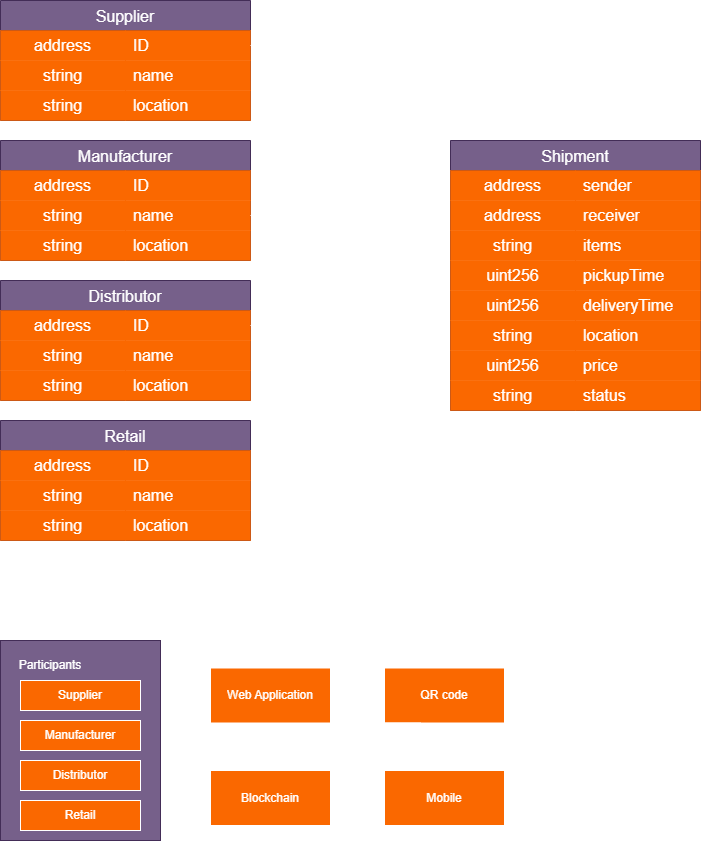
The draw.io diagram gambar/data.png in AdityaPTN/ubikom-project, before a commit. Source tidied: cells renumbered, new cells last; positions are measured from the earlier drawing's top-left corner, leaving out a move shared by most shapes.
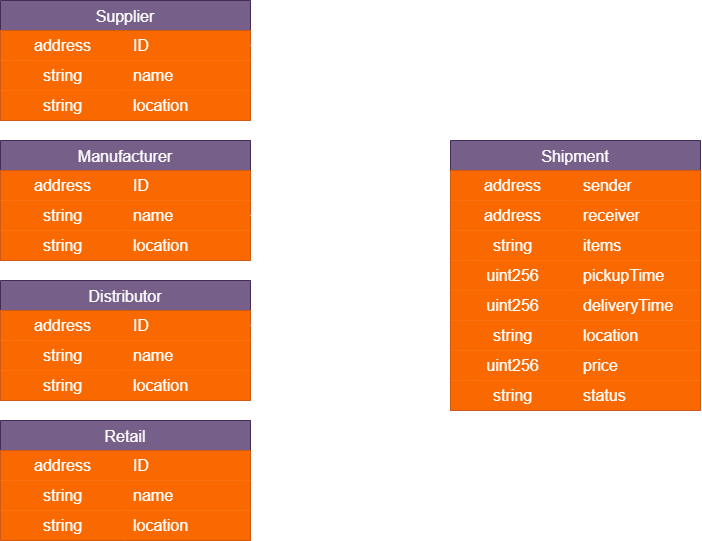
The same file after the commit.

Change to the diagram source:
```diff
@@ -214,88 +214,5 @@
     <mxCell id="70" style="edgeStyle=orthogonalEdgeStyle;rounded=0;jettySize=auto;html=1;entryX=0;entryY=0.5;entryDx=0;entryDy=0;fillColor=#fa6800;strokeColor=#FFFFFF;fontColor=#FFFFFF;" parent="1" edge="1" source="48" target="22">
       <mxGeometry relative="1" as="geometry" />
     </mxCell>
-    <mxCell id="71" style="edgeStyle=orthogonalEdgeStyle;rounded=0;jettySize=auto;html=1;entryX=0;entryY=0.5;entryDx=0;entryDy=0;fontColor=#FFFFFF;labelBackgroundColor=none;fillColor=#fa6800;strokeColor=#FFFFFF;" parent="1" edge="1" source="72" target="80">
-      <mxGeometry relative="1" as="geometry" />
-    </mxCell>
-    <mxCell id="72" style="rounded=0;whiteSpace=wrap;html=1;fillColor=#76608a;strokeColor=#432D57;fontColor=#ffffff;labelBackgroundColor=none;" parent="1" vertex="1">
-      <mxGeometry y="640" width="160" height="200" as="geometry" />
-    </mxCell>
-    <mxCell id="73" value="Supplier" style="rounded=0;whiteSpace=wrap;html=1;fontColor=#FFFFFF;labelBackgroundColor=none;fillColor=#fa6800;strokeColor=#FFFFFF;" parent="1" vertex="1">
-      <mxGeometry x="20" y="680" width="120" height="30" as="geometry" />
-    </mxCell>
-    <mxCell id="74" value="Manufacturer" style="rounded=0;whiteSpace=wrap;html=1;fontColor=#FFFFFF;labelBackgroundColor=none;fillColor=#fa6800;strokeColor=#FFFFFF;" parent="1" vertex="1">
-      <mxGeometry x="20" y="720" width="120" height="30" as="geometry" />
-    </mxCell>
-    <mxCell id="75" value="Distributor" style="rounded=0;whiteSpace=wrap;html=1;fontColor=#FFFFFF;labelBackgroundColor=none;fillColor=#fa6800;strokeColor=#FFFFFF;" parent="1" vertex="1">
-      <mxGeometry x="20" y="760" width="120" height="30" as="geometry" />
-    </mxCell>
-    <mxCell id="76" value="Retail" style="rounded=0;whiteSpace=wrap;html=1;fontColor=#FFFFFF;labelBackgroundColor=none;fillColor=#fa6800;strokeColor=#FFFFFF;" parent="1" vertex="1">
-      <mxGeometry x="20" y="800" width="120" height="30" as="geometry" />
-    </mxCell>
-    <mxCell id="77" value="Participants" style="text;html=1;strokeColor=none;fillColor=none;align=center;verticalAlign=middle;whiteSpace=wrap;rounded=0;fontColor=#FFFFFF;labelBackgroundColor=none;" parent="1" vertex="1">
-      <mxGeometry x="20" y="650" width="60" height="30" as="geometry" />
-    </mxCell>
-    <mxCell id="78" style="edgeStyle=orthogonalEdgeStyle;rounded=0;jettySize=auto;html=1;entryX=0.25;entryY=0;entryDx=0;entryDy=0;fontColor=#FFFFFF;labelBackgroundColor=none;fillColor=#fa6800;strokeColor=#FFFFFF;" parent="1" edge="1" source="80" target="82">
-      <mxGeometry relative="1" as="geometry">
-        <Array as="points">
-          <mxPoint x="240" y="730" />
-          <mxPoint x="240" y="730" />
-        </Array>
-      </mxGeometry>
-    </mxCell>
-    <mxCell id="79" style="edgeStyle=orthogonalEdgeStyle;rounded=0;jettySize=auto;html=1;entryX=0;entryY=0.5;entryDx=0;entryDy=0;fontColor=#FFFFFF;labelBackgroundColor=none;fillColor=#fa6800;strokeColor=#FFFFFF;" parent="1" edge="1" source="80" target="87">
-      <mxGeometry relative="1" as="geometry" />
-    </mxCell>
-    <mxCell id="80" value="Web Application" style="rounded=0;whiteSpace=wrap;html=1;fontColor=#FFFFFF;labelBackgroundColor=none;fillColor=#fa6800;strokeColor=#FFFFFF;" parent="1" vertex="1">
-      <mxGeometry x="210" y="667.5" width="120" height="55" as="geometry" />
-    </mxCell>
-    <mxCell id="81" style="edgeStyle=orthogonalEdgeStyle;rounded=0;jettySize=auto;html=1;entryX=0.75;entryY=1;entryDx=0;entryDy=0;fontColor=#FFFFFF;labelBackgroundColor=none;fillColor=#fa6800;strokeColor=#FFFFFF;" parent="1" edge="1" source="82" target="80">
-      <mxGeometry relative="1" as="geometry">
-        <Array as="points">
-          <mxPoint x="300" y="760" />
-          <mxPoint x="300" y="760" />
-        </Array>
-      </mxGeometry>
-    </mxCell>
-    <mxCell id="82" value="Blockchain" style="rounded=0;whiteSpace=wrap;html=1;fontColor=#FFFFFF;labelBackgroundColor=none;fillColor=#fa6800;strokeColor=#FFFFFF;" parent="1" vertex="1">
-      <mxGeometry x="210" y="770" width="120" height="55" as="geometry" />
-    </mxCell>
-    <mxCell id="83" value="Transaction" style="text;html=1;strokeColor=#FFFFFF;fillColor=none;align=center;verticalAlign=middle;whiteSpace=wrap;rounded=0;fontColor=#FFFFFF;labelBackgroundColor=none;" parent="1" vertex="1">
-      <mxGeometry x="170" y="745" width="60" height="25" as="geometry" />
-    </mxCell>
-    <mxCell id="84" value="Result" style="text;html=1;strokeColor=#FFFFFF;fillColor=none;align=center;verticalAlign=middle;whiteSpace=wrap;rounded=0;fontColor=#FFFFFF;labelBackgroundColor=none;" parent="1" vertex="1">
-      <mxGeometry x="294" y="727.5" width="60" height="25" as="geometry" />
-    </mxCell>
-    <mxCell id="85" value="Result" style="text;html=1;strokeColor=none;fillColor=none;align=center;verticalAlign=middle;whiteSpace=wrap;rounded=0;fontColor=#FFFFFF;labelBackgroundColor=none;" parent="1" vertex="1">
-      <mxGeometry x="324" y="667.5" width="60" height="30" as="geometry" />
-    </mxCell>
-    <mxCell id="86" style="edgeStyle=orthogonalEdgeStyle;rounded=0;jettySize=auto;html=1;entryX=0.75;entryY=0;entryDx=0;entryDy=0;fontColor=#FFFFFF;labelBackgroundColor=none;fillColor=#fa6800;strokeColor=#FFFFFF;" parent="1" edge="1" source="87" target="89">
-      <mxGeometry relative="1" as="geometry">
-        <Array as="points">
-          <mxPoint x="474" y="740" />
-          <mxPoint x="474" y="740" />
-        </Array>
-      </mxGeometry>
-    </mxCell>
-    <mxCell id="87" value="QR code" style="rounded=0;whiteSpace=wrap;html=1;fontColor=#FFFFFF;labelBackgroundColor=none;fillColor=#fa6800;strokeColor=#FFFFFF;" parent="1" vertex="1">
-      <mxGeometry x="384" y="667.5" width="120" height="55" as="geometry" />
-    </mxCell>
-    <mxCell id="88" style="edgeStyle=orthogonalEdgeStyle;rounded=0;jettySize=auto;html=1;entryX=0.25;entryY=1;entryDx=0;entryDy=0;fontColor=#FFFFFF;labelBackgroundColor=none;fillColor=#fa6800;strokeColor=#FFFFFF;" parent="1" edge="1" source="89" target="87">
-      <mxGeometry relative="1" as="geometry">
-        <Array as="points">
-          <mxPoint x="414" y="750" />
-          <mxPoint x="414" y="750" />
-        </Array>
-      </mxGeometry>
-    </mxCell>
-    <mxCell id="89" value="Mobile" style="rounded=0;whiteSpace=wrap;html=1;fontColor=#FFFFFF;labelBackgroundColor=none;fillColor=#fa6800;strokeColor=#FFFFFF;" parent="1" vertex="1">
-      <mxGeometry x="384" y="770" width="120" height="55" as="geometry" />
-    </mxCell>
-    <mxCell id="90" value="Result" style="text;html=1;strokeColor=#FFFFFF;fillColor=none;align=center;verticalAlign=middle;whiteSpace=wrap;rounded=0;fontColor=#FFFFFF;labelBackgroundColor=none;" parent="1" vertex="1">
-      <mxGeometry x="470" y="740" width="60" height="30" as="geometry" />
-    </mxCell>
-    <mxCell id="91" value="Scan" style="text;html=1;strokeColor=#FFFFFF;fillColor=none;align=center;verticalAlign=middle;whiteSpace=wrap;rounded=0;fontColor=#FFFFFF;labelBackgroundColor=none;" parent="1" vertex="1">
-      <mxGeometry x="360" y="722.5" width="60" height="30" as="geometry" />
-    </mxCell>
   </root>
 </mxGraphModel>
```
